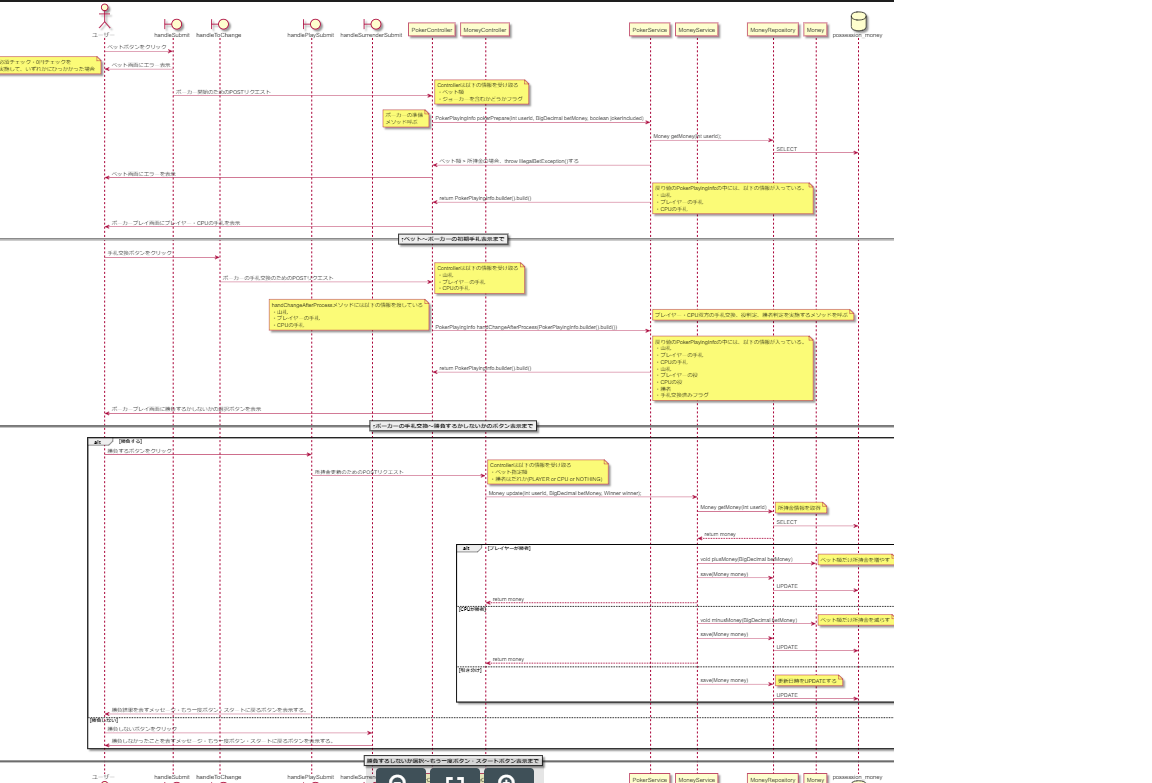
Earlier version of the PlantUML export docs/詳細設計/シーケンス図/ベット/ベットする(シーケンス図).png (CSTSCSTS/UserAp). Its source is kept beside it as docs/詳細設計/シーケンス図/ベット/ベットする(シーケンス図).puml.
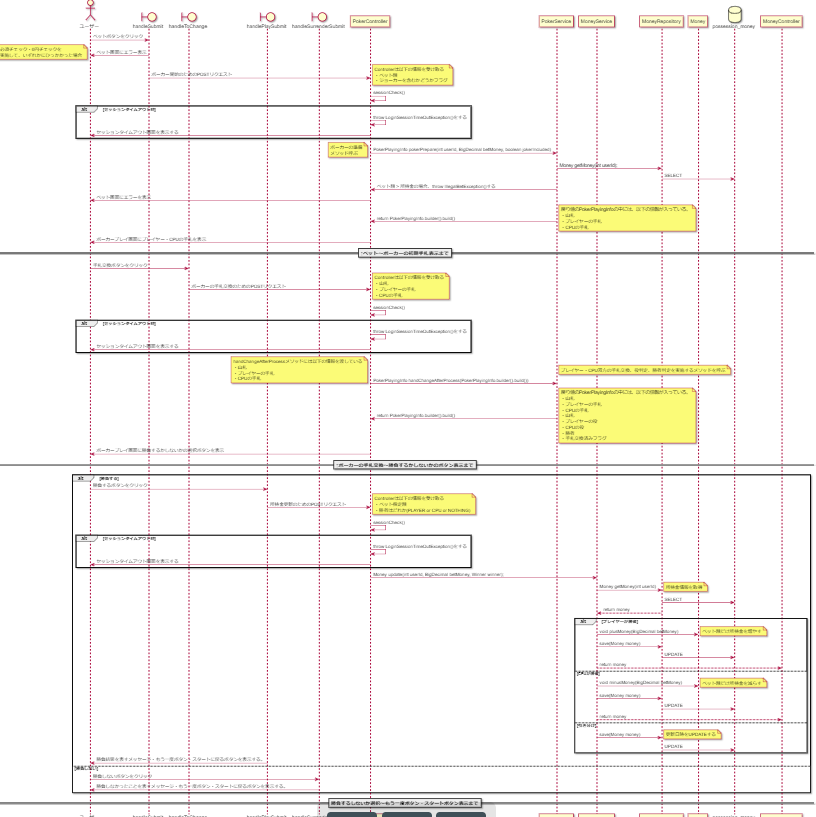
Later version of the same file.

Commit message:
ベットするのシーケンス図を修正(ベットのシーケンス図が大きすぎて、全部を移すと、文字が読めないため、2分割した写真も用意)

Change to the diagram source:
```diff
@@ -7,7 +7,6 @@
 boundary handlePlaySubmit
 boundary handleSurrenderSubmit
 participant PokerController
-participant MoneyController
 participant PokerService
 participant MoneyService
 participant MoneyRepository
@@ -19,6 +18,11 @@
 note left : 必須チェック・0円チェックを\n実施して、いずれかにひっかかった場合
 handleSubmit -> PokerController : ポーカー開始のためのPOSTリクエスト
 note right: Controllerは以下の情報を受け取る\n・ベット額\n・ジョーカーを含むかどうかフラグ
+PokerController -> PokerController : sessionCheck()
+alt セッションタイムアウト時
+  PokerController -> PokerController : throw LoginSessionTimeOutException()をする
+  PokerController -> ユーザー : セッションタイムアウト画面を表示する
+end
 PokerController -> PokerService : PokerPlayingInfo pokerPrepare(int userId, BigDecimal betMoney, boolean jokerIncluded)
 note left: ポーカーの準備\nメソッド呼ぶ
 PokerService -> MoneyRepository : Money getMoney(int userId);
@@ -34,6 +38,11 @@
 ユーザー -> handleToChange : 手札交換ボタンをクリック
 handleToChange -> PokerController : ポーカーの手札交換のためのPOSTリクエスト
 note right: Controllerは以下の情報を受け取る\n・山札\n・プレイヤーの手札\n・CPUの手札
+PokerController -> PokerController : sessionCheck()
+alt セッションタイムアウト時
+  PokerController -> PokerController : throw LoginSessionTimeOutException()をする
+  PokerController -> ユーザー : セッションタイムアウト画面を表示する
+end
 PokerController -> PokerService : PokerPlayingInfo handChangeAfterProcess(PokerPlayingInfo.builder().build())
 note left: handChangeAfterProcessメソッドには以下の情報を渡している\n・山札\n・プレイヤーの手札\n・CPUの手札
 note right: プレイヤー・CPU双方の手札交換、役判定、勝者判定を実施するメソッドを呼ぶ
@@ -45,9 +54,14 @@
 
 alt 勝負する
   ユーザー -> handlePlaySubmit : 勝負するボタンをクリック
-  handlePlaySubmit -> MoneyController : 所持金更新のためのPOSTリクエスト
+  handlePlaySubmit -> PokerController : 所持金更新のためのPOSTリクエスト
   note right: Controllerは以下の情報を受け取る\n・ベット指定額\n・勝者はだれか(PLAYER or CPU or NOTHING)
-  MoneyController -> MoneyService : Money update(int userId, BigDecimal betMoney, Winner winner);
+  PokerController -> PokerController : sessionCheck()
+alt セッションタイムアウト時
+  PokerController -> PokerController : throw LoginSessionTimeOutException()をする
+  PokerController -> ユーザー : セッションタイムアウト画面を表示する
+end
+  PokerController -> MoneyService : Money update(int userId, BigDecimal betMoney, Winner winner);
   MoneyService -> MoneyRepository : Money getMoney(int userId)
   note right : 所持金情報を取得
   MoneyRepository -> possession_money : SELECT
```
